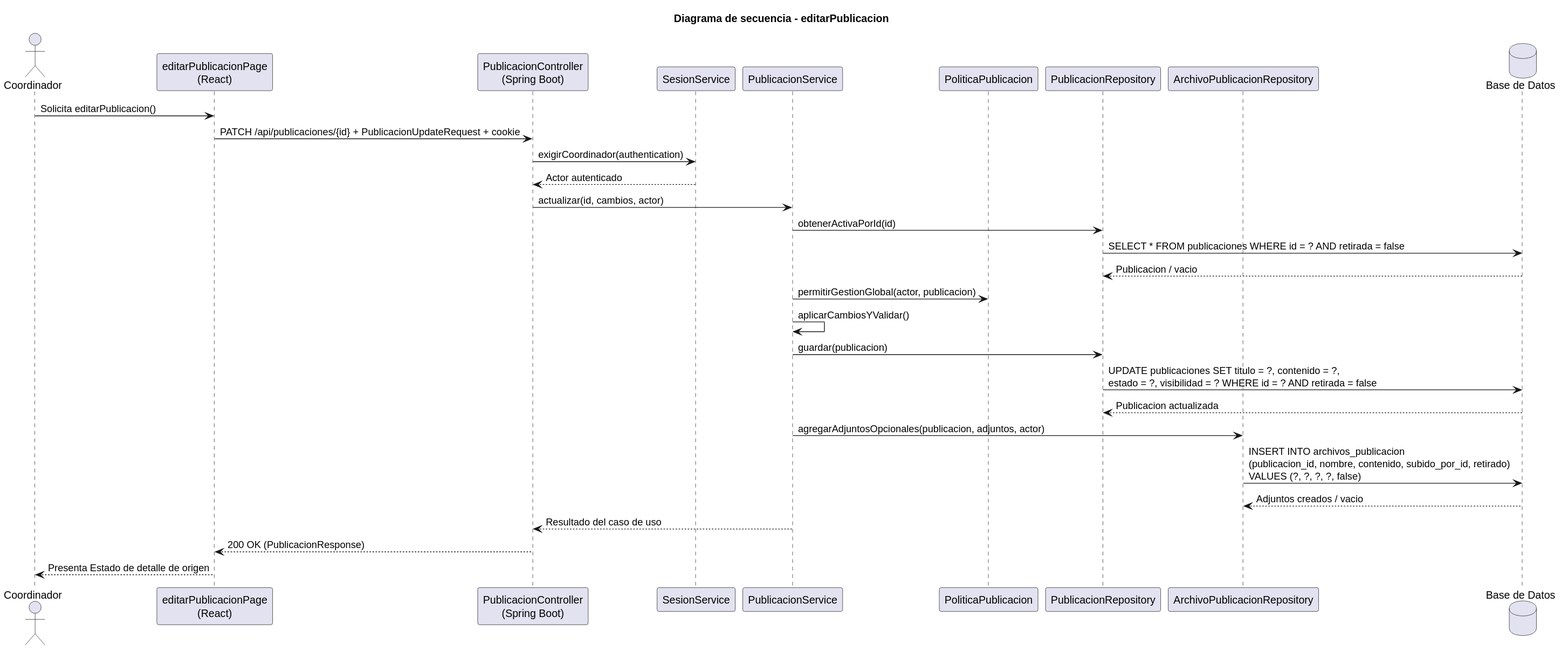
The PlantUML diagram images/RUP/02-diseño/casos-uso/coordinador/editarPublicacion/secuencia.svg in beatriizorozco/25-26-idsw2-sdVC, before a commit.
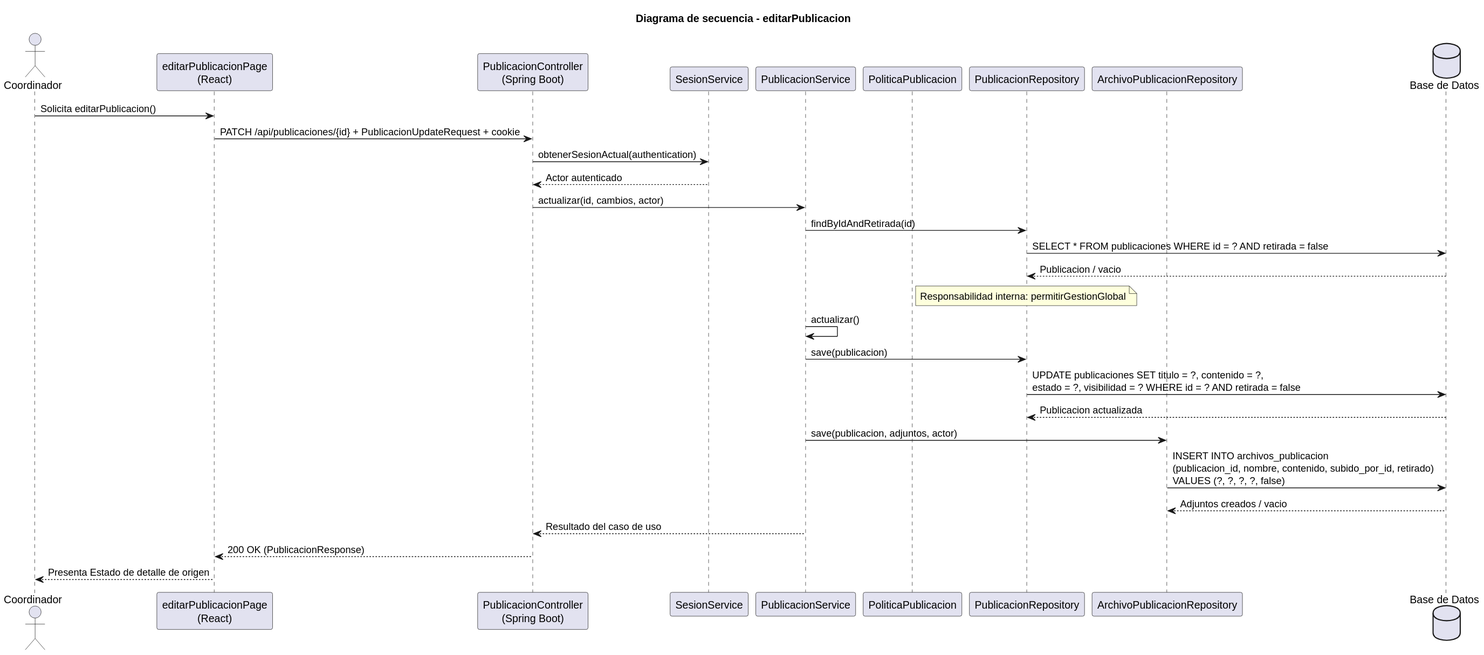
The same diagram one commit later.

The edit, as a diff of the source:
```diff
@@ -12,18 +12,18 @@
 
 Coordinador -> Frontend: Solicita editarPublicacion()
 Frontend -> Api: PATCH /api/publicaciones/{id} + PublicacionUpdateRequest + cookie
-Api -> Sesion: exigirCoordinador(authentication)
+Api -> Sesion: obtenerSesionActual(authentication)
 Sesion --> Api: Actor autenticado
 Api -> Service: actualizar(id, cambios, actor)
-Service -> Repo: obtenerActivaPorId(id)
+Service -> Repo: findByIdAndRetirada(id)
 Repo -> DB: SELECT * FROM publicaciones WHERE id = ? AND retirada = false
 DB --> Repo: Publicacion / vacio
-Service -> Policy: permitirGestionGlobal(actor, publicacion)
-Service -> Service: aplicarCambiosYValidar()
-Service -> Repo: guardar(publicacion)
+note right of Policy: Responsabilidad interna: permitirGestionGlobal
+Service -> Service: actualizar()
+Service -> Repo: save(publicacion)
 Repo -> DB: UPDATE publicaciones SET titulo = ?, contenido = ?,\nestado = ?, visibilidad = ? WHERE id = ? AND retirada = false
 DB --> Repo: Publicacion actualizada
-Service -> ArchivoRepo: agregarAdjuntosOpcionales(publicacion, adjuntos, actor)
+Service -> ArchivoRepo: save(publicacion, adjuntos, actor)
 ArchivoRepo -> DB: INSERT INTO archivos_publicacion\n(publicacion_id, nombre, contenido, subido_por_id, retirado)\nVALUES (?, ?, ?, ?, false)
 DB --> ArchivoRepo: Adjuntos creados / vacio
 Service --> Api: Resultado del caso de uso
```
